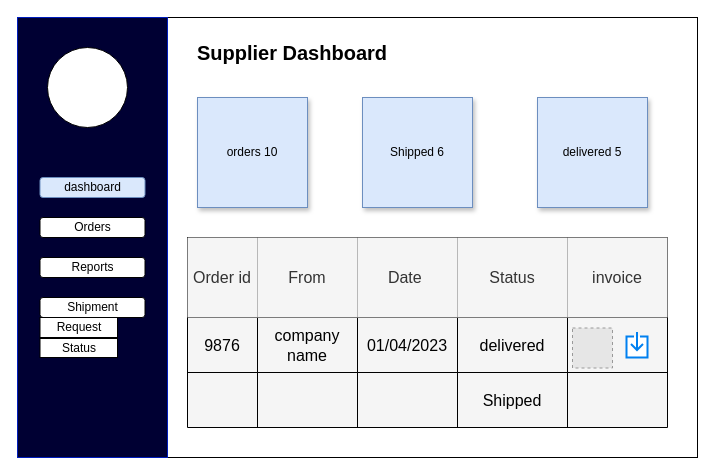
The draw.io diagram page "supplier dashboard" (2 of 14) of Untitled Diagram.drawio in pramodrk22/test, before the edit. Source tidied: cells renumbered, new cells numbered last; positions are measured from the earlier drawing's top-left corner, leaving out a move shared by most shapes. Both pictures are drawn from the tidied source at 100%, with x=0, y=0 at pixel (17, 17). Pictures stored in the file or linked from it are replaced by grey dashed boxes.
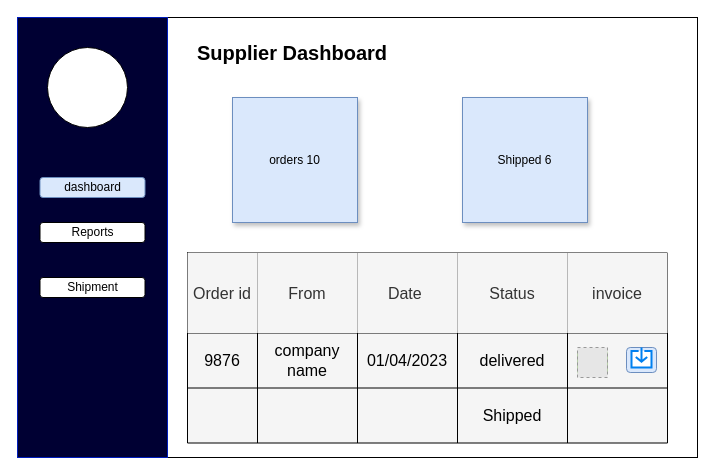
The same diagram, later.

Change to the diagram source:
```diff
@@
     <mxCell id="6" value="orders 10" style="whiteSpace=wrap;html=1;fillColor=#dae8fc;strokeColor=#6c8ebf;shadow=1;" parent="1" vertex="1">
-      <mxGeometry x="180" y="80" width="110" height="110" as="geometry" />
+      <mxGeometry x="215" y="80" width="125" height="125" as="geometry" />
     </mxCell>
     <mxCell id="7" value="Shipped 6" style="whiteSpace=wrap;html=1;fillColor=#dae8fc;strokeColor=#6c8ebf;shadow=1;" parent="1" vertex="1">
-      <mxGeometry x="345" y="80" width="110" height="110" as="geometry" />
+      <mxGeometry x="445" y="80" width="125" height="125" as="geometry" />
     </mxCell>
-    <mxCell id="8" value="delivered 5" style="whiteSpace=wrap;html=1;fillColor=#dae8fc;strokeColor=#6c8ebf;shadow=1;" parent="1" vertex="1">
-      <mxGeometry x="520" y="80" width="110" height="110" as="geometry" />
-    </mxCell>
@@
-    <mxCell id="10" value="Orders" style="rounded=1;whiteSpace=wrap;html=1;" parent="1" vertex="1">
-      <mxGeometry x="22.5" y="200" width="105" height="20" as="geometry" />
-    </mxCell>
     <mxCell id="11" value="Reports" style="rounded=1;whiteSpace=wrap;html=1;" parent="1" vertex="1">
-      <mxGeometry x="22.5" y="240" width="105" height="20" as="geometry" />
+      <mxGeometry x="22.5" y="205" width="105" height="20" as="geometry" />
     </mxCell>
     <mxCell id="12" value="Shipment" style="rounded=1;whiteSpace=wrap;html=1;" parent="1" vertex="1">
-      <mxGeometry x="22.5" y="280" width="105" height="20" as="geometry" />
+      <mxGeometry x="22.5" y="260" width="105" height="20" as="geometry" />
     </mxCell>
-    <mxCell id="13" value="Request" style="rounded=0;whiteSpace=wrap;html=1;" parent="1" vertex="1">
-      <mxGeometry x="22.5" y="300" width="77.5" height="20" as="geometry" />
-    </mxCell>
-    <mxCell id="14" value="Status" style="rounded=0;whiteSpace=wrap;html=1;" parent="1" vertex="1">
-      <mxGeometry x="22.5" y="321" width="77.5" height="19" as="geometry" />
-    </mxCell>
-    <mxCell id="15" style="shape=table;startSize=0;childLayout=tableLayout;strokeColor=#000000;fontSize=16;swimlaneFillColor=none;labelBackgroundColor=none;fillColor=#f5f5f5;fontColor=#333333;" parent="1" vertex="1">
-      <mxGeometry x="170" y="220" width="480" height="190" as="geometry" />
-    </mxCell>
+    <mxCell id="34" style="html=1;verticalLabelPosition=bottom;align=center;labelBackgroundColor=#ffffff;verticalAlign=top;strokeWidth=2;strokeColor=#0080F0;shadow=0;dashed=0;shape=mxgraph.ios7.icons.down;" parent="1" vertex="1">
+      <mxGeometry x="609" y="314.5" width="21" height="25.5" as="geometry" />
+    </mxCell>
+    <mxCell id="35" style="fillColor=#E6E6E6;strokeColor=#999999;dashed=1;html=1;verticalAlign=top;verticalLabelPosition=bottom;labelBackgroundColor=#ffffff;" parent="1" vertex="1">
+      <mxGeometry x="555" y="310.5" width="40" height="40" as="geometry" />
+    </mxCell>
+    <mxCell id="36" style="shape=table;startSize=0;childLayout=tableLayout;strokeColor=#000000;fontSize=16;swimlaneFillColor=none;labelBackgroundColor=none;fillColor=#f5f5f5;fontColor=#333333;" parent="1" vertex="1">
+      <mxGeometry x="170" y="235.5" width="480" height="190" as="geometry" />
+    </mxCell>
-    <mxCell id="16" style="shape=tableRow;horizontal=0;startSize=0;swimlaneHead=0;swimlaneBody=0;strokeColor=inherit;top=0;left=0;bottom=0;right=0;fillColor=none;fontSize=16;" parent="15" vertex="1">
+    <mxCell id="16" style="shape=tableRow;horizontal=0;startSize=0;swimlaneHead=0;swimlaneBody=0;strokeColor=inherit;top=0;left=0;bottom=0;right=0;fillColor=none;fontSize=16;" parent="36" vertex="1">
       <mxGeometry width="480" height="80" as="geometry" />
     </mxCell>
@@
-    <mxCell id="22" style="shape=tableRow;horizontal=0;startSize=0;swimlaneHead=0;swimlaneBody=0;strokeColor=inherit;top=0;left=0;bottom=0;right=0;fillColor=none;fontSize=16;" parent="15" vertex="1">
+    <mxCell id="22" style="shape=tableRow;horizontal=0;startSize=0;swimlaneHead=0;swimlaneBody=0;strokeColor=inherit;top=0;left=0;bottom=0;right=0;fillColor=none;fontSize=16;" parent="36" vertex="1">
       <mxGeometry y="80" width="480" height="55" as="geometry" />
     </mxCell>
@@
-    <mxCell id="27" style="shape=partialRectangle;html=1;whiteSpace=wrap;strokeColor=inherit;overflow=hidden;fillColor=none;top=0;left=0;bottom=0;right=0;fontSize=16;" parent="22" vertex="1">
-      <mxGeometry x="380" width="100" height="55" as="geometry" />
-    </mxCell>
+    <mxCell id="37" style="shape=partialRectangle;html=1;whiteSpace=wrap;strokeColor=inherit;overflow=hidden;fillColor=none;top=0;left=0;bottom=0;right=0;fontSize=16;" parent="22" vertex="1">
+      <mxGeometry x="380" width="100" height="55" as="geometry" />
+    </mxCell>
-    <mxCell id="28" style="shape=tableRow;horizontal=0;startSize=0;swimlaneHead=0;swimlaneBody=0;strokeColor=inherit;top=0;left=0;bottom=0;right=0;fillColor=none;fontSize=16;" parent="15" vertex="1">
+    <mxCell id="28" style="shape=tableRow;horizontal=0;startSize=0;swimlaneHead=0;swimlaneBody=0;strokeColor=inherit;top=0;left=0;bottom=0;right=0;fillColor=none;fontSize=16;" parent="36" vertex="1">
       <mxGeometry y="135" width="480" height="55" as="geometry" />
     </mxCell>
@@
-    <mxCell id="33" style="shape=partialRectangle;html=1;whiteSpace=wrap;strokeColor=inherit;overflow=hidden;fillColor=none;top=0;left=0;bottom=0;right=0;fontSize=16;" parent="28" vertex="1">
-      <mxGeometry x="380" width="100" height="55" as="geometry" />
-    </mxCell>
-    <mxCell id="34" style="html=1;verticalLabelPosition=bottom;align=center;labelBackgroundColor=#ffffff;verticalAlign=top;strokeWidth=2;strokeColor=#0080F0;shadow=0;dashed=0;shape=mxgraph.ios7.icons.down;" parent="1" vertex="1">
-      <mxGeometry x="609" y="314.5" width="21" height="25.5" as="geometry" />
-    </mxCell>
-    <mxCell id="35" style="fillColor=#E6E6E6;strokeColor=#999999;dashed=1;html=1;verticalAlign=top;verticalLabelPosition=bottom;labelBackgroundColor=#ffffff;" parent="1" vertex="1">
-      <mxGeometry x="555" y="310.5" width="40" height="40" as="geometry" />
-    </mxCell>
+    <mxCell id="38" style="shape=partialRectangle;html=1;whiteSpace=wrap;strokeColor=inherit;overflow=hidden;fillColor=none;top=0;left=0;bottom=0;right=0;fontSize=16;" parent="28" vertex="1">
+      <mxGeometry x="380" width="100" height="55" as="geometry" />
+    </mxCell>
+    <mxCell id="39" style="rounded=1;whiteSpace=wrap;html=1;fillColor=#d5e8d4;strokeColor=#82b366;" parent="1" vertex="1">
+      <mxGeometry x="560" y="332.5" width="30" height="25" as="geometry" />
+    </mxCell>
+    <mxCell id="40" style="fillColor=#E6E6E6;strokeColor=#999999;dashed=1;html=1;verticalAlign=top;verticalLabelPosition=bottom;labelBackgroundColor=#ffffff;" parent="1" vertex="1">
+      <mxGeometry x="560" y="330" width="30" height="30" as="geometry" />
+    </mxCell>
+    <mxCell id="41" style="rounded=1;whiteSpace=wrap;html=1;fillColor=#dae8fc;strokeColor=#6c8ebf;" parent="1" vertex="1">
+      <mxGeometry x="609" y="330" width="30" height="25" as="geometry" />
+    </mxCell>
+    <mxCell id="42" style="html=1;verticalLabelPosition=bottom;align=center;labelBackgroundColor=#ffffff;verticalAlign=top;strokeWidth=2;strokeColor=#0080F0;shadow=0;dashed=0;shape=mxgraph.ios7.icons.down;" parent="1" vertex="1">
+      <mxGeometry x="614" y="330" width="20" height="20" as="geometry" />
+    </mxCell>
```
